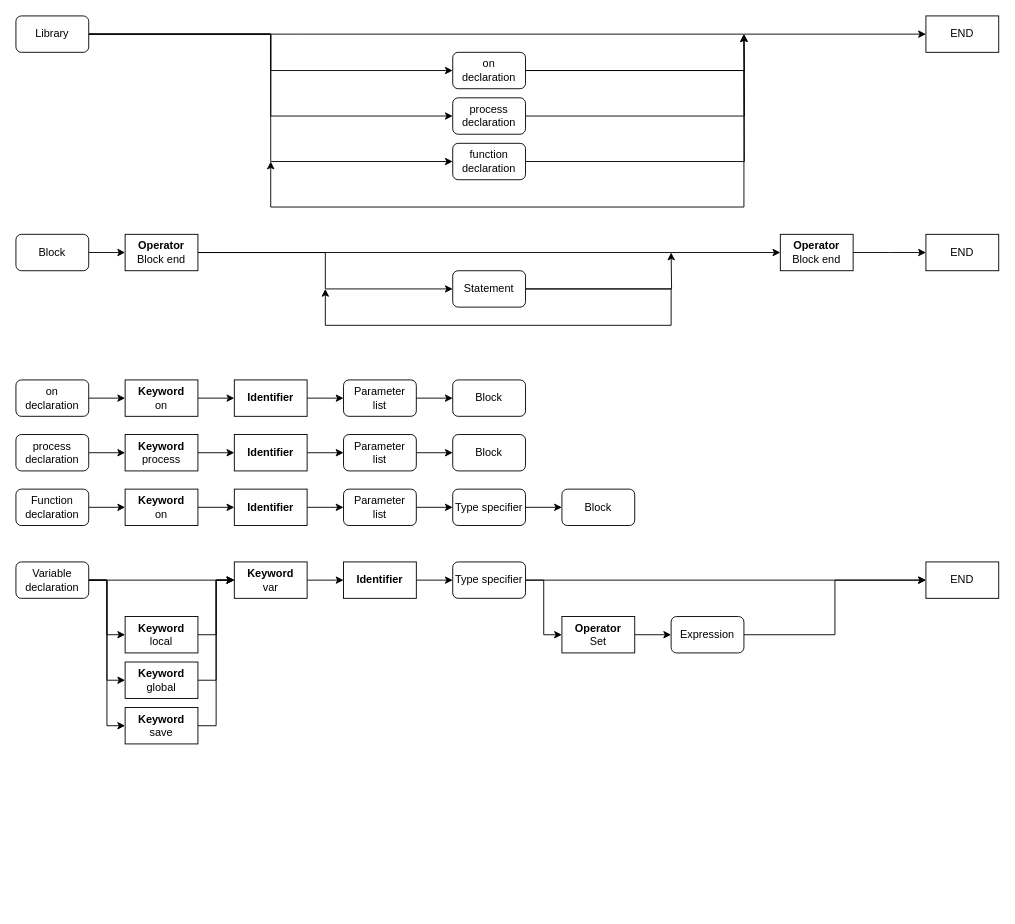
The draw.io diagram Hypercode Grammar.drawio in tecc/Hypercode, before the edit. Source tidied: cells renumbered, new cells numbered last; positions are measured from the earlier drawing's top-left corner, leaving out a move shared by most shapes. Both pictures are drawn from the tidied source at 91%, with x=0, y=0 at pixel (15, 15).
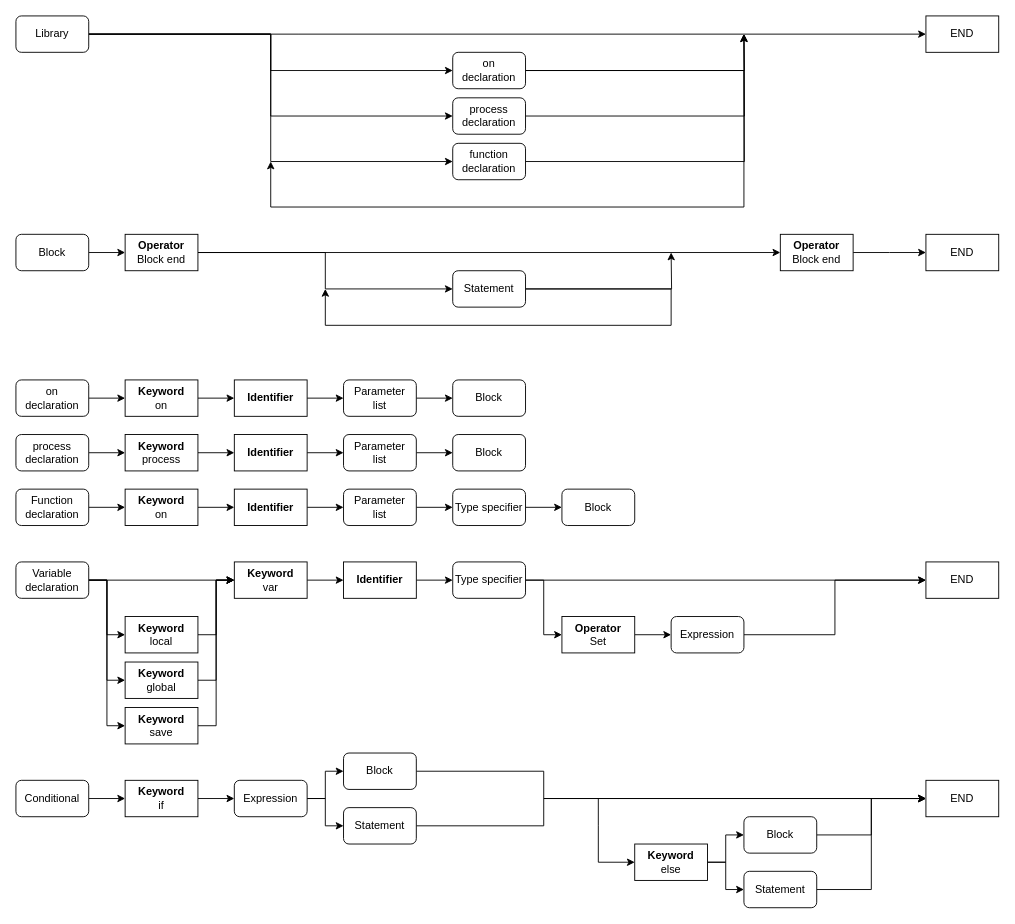
Above is the later version.

Commit message:
Added conditional statements

What changed in the source:
```diff
@@
+    <mxCell id="78" style="edgeStyle=orthogonalEdgeStyle;rounded=0;jettySize=auto;html=1;entryX=0;entryY=0.5;entryDx=0;entryDy=0;" parent="1" edge="1" source="79" target="81">
+      <mxGeometry relative="1" as="geometry" />
+    </mxCell>
+    <mxCell id="79" value="Conditional" style="rounded=1;whiteSpace=wrap;html=1;" parent="1" vertex="1">
+      <mxGeometry y="840" width="80" height="40" as="geometry" />
+    </mxCell>
+    <mxCell id="80" style="edgeStyle=orthogonalEdgeStyle;rounded=0;jettySize=auto;html=1;entryX=0;entryY=0.5;entryDx=0;entryDy=0;" parent="1" edge="1" source="81" target="84">
+      <mxGeometry relative="1" as="geometry" />
+    </mxCell>
+    <mxCell id="81" value="&lt;b&gt;Keyword&lt;br&gt;&lt;/b&gt;if&lt;br&gt;&lt;b&gt;&lt;/b&gt;" style="rounded=0;whiteSpace=wrap;html=1;" parent="1" vertex="1">
+      <mxGeometry x="120" y="840" width="80" height="40" as="geometry" />
+    </mxCell>
+    <mxCell id="82" style="edgeStyle=orthogonalEdgeStyle;rounded=0;jettySize=auto;html=1;entryX=0;entryY=0.5;entryDx=0;entryDy=0;" parent="1" edge="1" source="84" target="86">
+      <mxGeometry relative="1" as="geometry" />
+    </mxCell>
+    <mxCell id="83" style="edgeStyle=orthogonalEdgeStyle;rounded=0;jettySize=auto;html=1;entryX=0;entryY=0.5;entryDx=0;entryDy=0;" parent="1" edge="1" source="84" target="90">
+      <mxGeometry relative="1" as="geometry" />
+    </mxCell>
+    <mxCell id="84" value="Expression" style="rounded=1;whiteSpace=wrap;html=1;" parent="1" vertex="1">
+      <mxGeometry x="240" y="840" width="80" height="40" as="geometry" />
+    </mxCell>
+    <mxCell id="85" style="edgeStyle=orthogonalEdgeStyle;rounded=0;jettySize=auto;html=1;entryX=0;entryY=0.5;entryDx=0;entryDy=0;" parent="1" edge="1" source="86" target="87">
+      <mxGeometry relative="1" as="geometry">
+        <Array as="points">
+          <mxPoint x="580" y="830" />
+          <mxPoint x="580" y="860" />
+        </Array>
+      </mxGeometry>
+    </mxCell>
+    <mxCell id="86" value="Block" style="rounded=1;whiteSpace=wrap;html=1;" parent="1" vertex="1">
+      <mxGeometry x="360" y="810" width="80" height="40" as="geometry" />
+    </mxCell>
+    <mxCell id="87" value="END" style="rounded=0;whiteSpace=wrap;html=1;" parent="1" vertex="1">
+      <mxGeometry x="1000" y="840" width="80" height="40" as="geometry" />
+    </mxCell>
+    <mxCell id="88" style="edgeStyle=orthogonalEdgeStyle;rounded=0;jettySize=auto;html=1;entryX=0;entryY=0.5;entryDx=0;entryDy=0;" parent="1" edge="1" source="90" target="87">
+      <mxGeometry relative="1" as="geometry">
+        <Array as="points">
+          <mxPoint x="580" y="890" />
+          <mxPoint x="580" y="860" />
+        </Array>
+      </mxGeometry>
+    </mxCell>
+    <mxCell id="89" style="edgeStyle=orthogonalEdgeStyle;rounded=0;jettySize=auto;html=1;entryX=0;entryY=0.5;entryDx=0;entryDy=0;" parent="1" edge="1" target="93">
+      <mxGeometry relative="1" as="geometry">
+        <mxPoint x="640" y="860" as="sourcePoint" />
+        <Array as="points">
+          <mxPoint x="640" y="890" />
+          <mxPoint x="640" y="930" />
+        </Array>
+      </mxGeometry>
+    </mxCell>
+    <mxCell id="90" value="Statement" style="rounded=1;whiteSpace=wrap;html=1;" parent="1" vertex="1">
+      <mxGeometry x="360" y="870" width="80" height="40" as="geometry" />
+    </mxCell>
+    <mxCell id="91" style="edgeStyle=orthogonalEdgeStyle;rounded=0;jettySize=auto;html=1;entryX=0;entryY=0.5;entryDx=0;entryDy=0;" parent="1" edge="1" source="93" target="95">
+      <mxGeometry relative="1" as="geometry" />
+    </mxCell>
+    <mxCell id="92" style="edgeStyle=orthogonalEdgeStyle;rounded=0;jettySize=auto;html=1;entryX=0;entryY=0.5;entryDx=0;entryDy=0;" parent="1" edge="1" source="93" target="97">
+      <mxGeometry relative="1" as="geometry" />
+    </mxCell>
+    <mxCell id="93" value="&lt;b&gt;Keyword&lt;br&gt;&lt;/b&gt;else&lt;br&gt;&lt;b&gt;&lt;/b&gt;" style="rounded=0;whiteSpace=wrap;html=1;" parent="1" vertex="1">
+      <mxGeometry x="680" y="910" width="80" height="40" as="geometry" />
+    </mxCell>
+    <mxCell id="94" style="edgeStyle=orthogonalEdgeStyle;rounded=0;jettySize=auto;html=1;entryX=0;entryY=0.5;entryDx=0;entryDy=0;" parent="1" edge="1" source="95" target="87">
+      <mxGeometry relative="1" as="geometry" />
+    </mxCell>
+    <mxCell id="95" value="Block" style="rounded=1;whiteSpace=wrap;html=1;" parent="1" vertex="1">
+      <mxGeometry x="800" y="880" width="80" height="40" as="geometry" />
+    </mxCell>
+    <mxCell id="96" style="edgeStyle=orthogonalEdgeStyle;rounded=0;jettySize=auto;html=1;entryX=0;entryY=0.5;entryDx=0;entryDy=0;" parent="1" edge="1" source="97" target="87">
+      <mxGeometry relative="1" as="geometry" />
+    </mxCell>
+    <mxCell id="97" value="Statement" style="rounded=1;whiteSpace=wrap;html=1;" parent="1" vertex="1">
+      <mxGeometry x="800" y="940" width="80" height="40" as="geometry" />
+    </mxCell>
```
